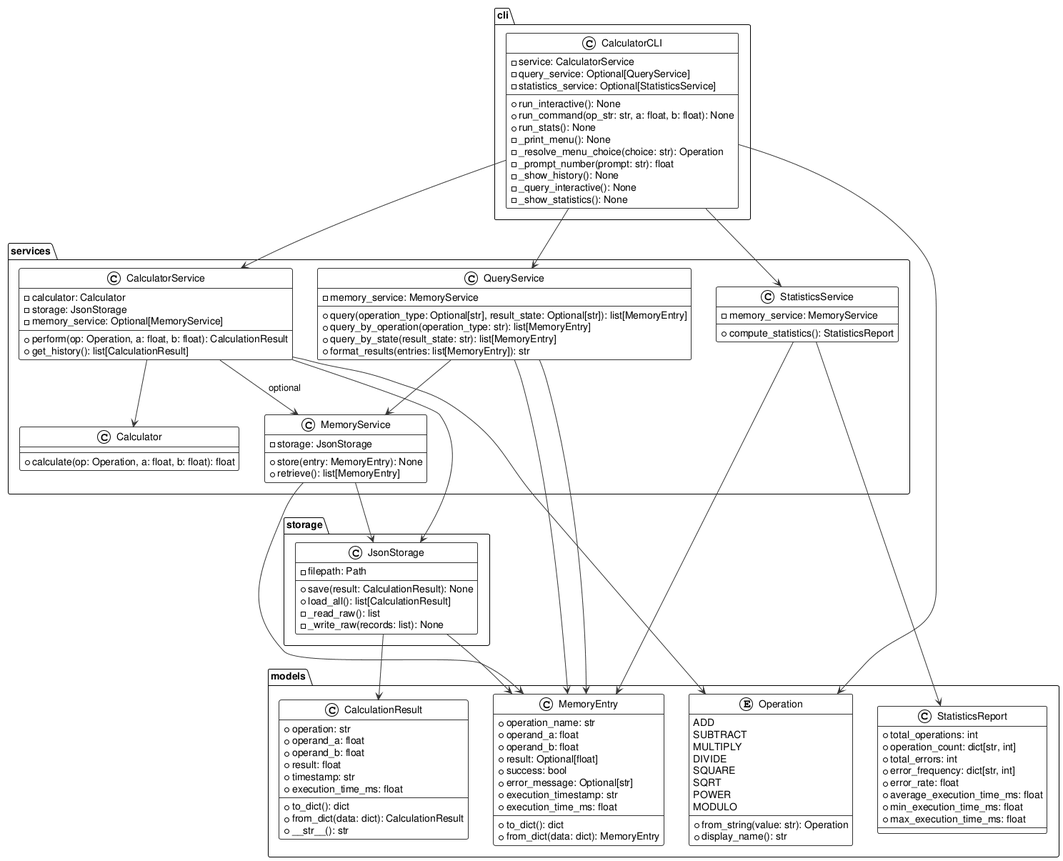
The PlantUML diagram experiments/broadcast/structured_text/calculator/artifacts/class_diagram.png in DanielRiha8906/Software_autoevolution_using_agents, before a commit.
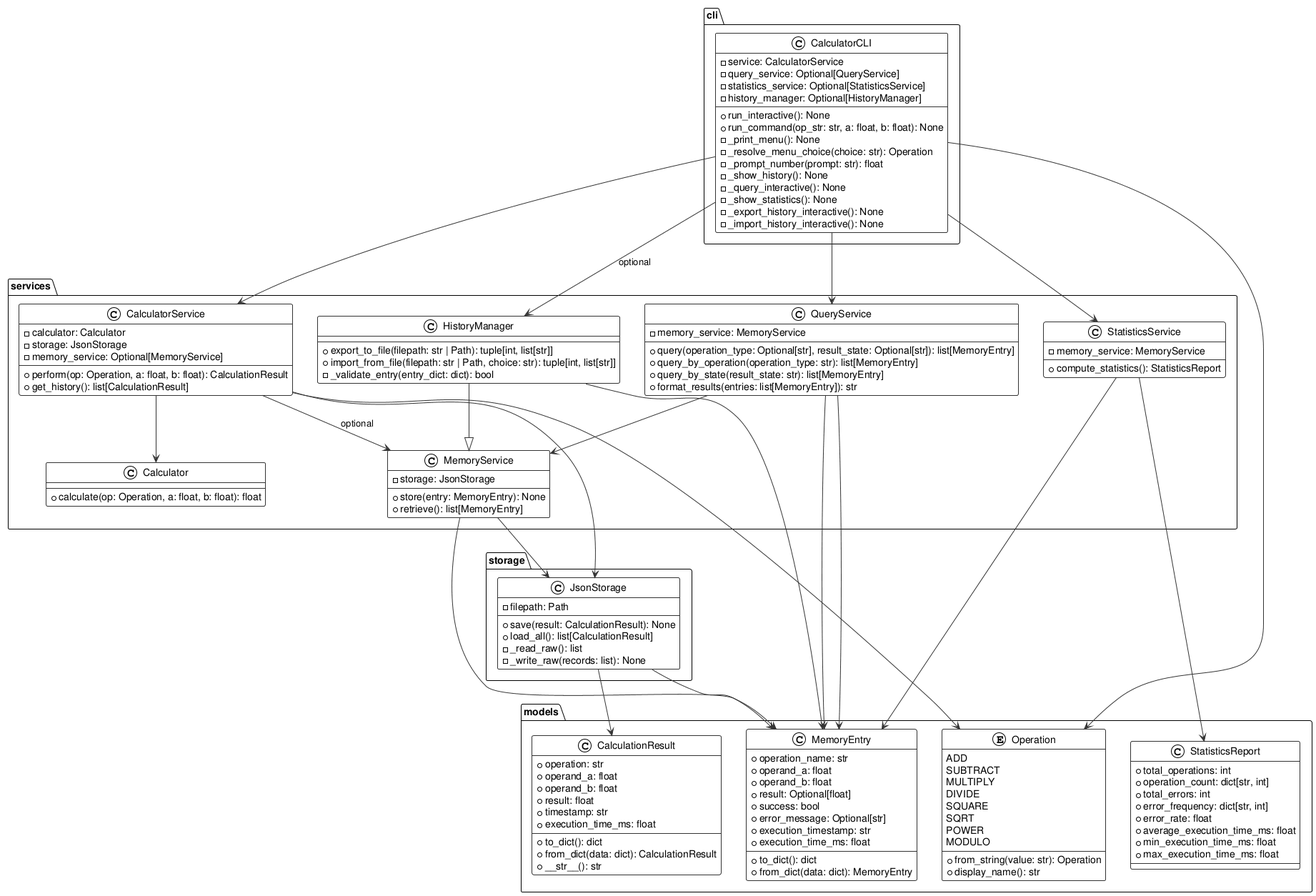
Later version of the same file.

What changed in the source:
```diff
@@ -80,6 +80,13 @@
     +retrieve(): list[MemoryEntry]
   }
 
+  class HistoryManager {
+    --
+    +export_to_file(filepath: str | Path): tuple[int, list[str]]
+    +import_from_file(filepath: str | Path, choice: str): tuple[int, list[str]]
+    -_validate_entry(entry_dict: dict): bool
+  }
+
   class QueryService {
     -memory_service: MemoryService
     --
@@ -112,16 +119,18 @@
     -service: CalculatorService
     -query_service: Optional[QueryService]
     -statistics_service: Optional[StatisticsService]
+    -history_manager: Optional[HistoryManager]
     --
     +run_interactive(): None
     +run_command(op_str: str, a: float, b: float): None
-    +run_stats(): None
     -_print_menu(): None
     -_resolve_menu_choice(choice: str): Operation
     -_prompt_number(prompt: str): float
     -_show_history(): None
     -_query_interactive(): None
     -_show_statistics(): None
+    -_export_history_interactive(): None
+    -_import_history_interactive(): None
   }
 }
 
@@ -133,12 +142,16 @@
 MemoryService --> JsonStorage
 MemoryService --> MemoryEntry
 
+HistoryManager --|> MemoryService
+HistoryManager --> MemoryEntry
+
 QueryService --> MemoryService
 QueryService --> MemoryEntry
 
 CalculatorCLI --> CalculatorService
 CalculatorCLI --> QueryService
 CalculatorCLI --> StatisticsService
+CalculatorCLI --> HistoryManager : optional
 CalculatorCLI --> Operation
 
 QueryService --> MemoryEntry
```
